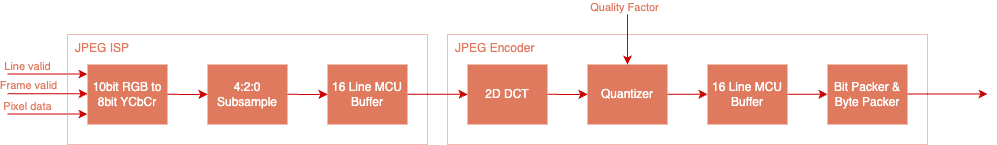
Earlier version of the draw.io export docs/diagrams/camera-jpeg-encoder-architecture.drawio.png (brilliantlabsAR/frame-codebase). Source tidied: cells renumbered, new cells last; positions are measured from the earlier drawing's top-left corner, leaving out a move shared by most shapes.
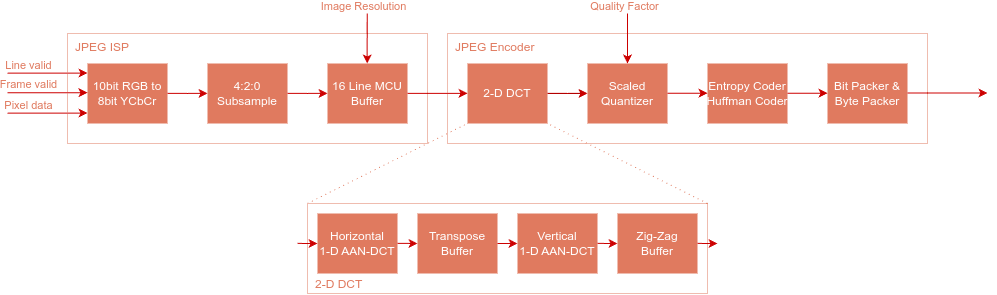
Above is the later version.

Diff of the diagram source:
```diff
@@ -2,34 +2,40 @@
   <root>
     <mxCell id="0" />
     <mxCell id="1" parent="0" />
+    <mxCell id="26" style="group;" parent="1" vertex="1">
+      <mxGeometry width="980" height="280" as="geometry" />
+    </mxCell>
-    <mxCell id="2" value="JPEG Encoder" style="rounded=0;whiteSpace=wrap;html=1;strokeColor=#E07A5F;dashed=1;dashPattern=1 1;verticalAlign=top;align=left;spacingLeft=6;fontColor=#E07A5F;fillColor=none;" parent="1" vertex="1">
+    <mxCell id="2" value="JPEG Encoder" style="rounded=0;whiteSpace=wrap;html=1;strokeColor=#E07A5F;dashed=1;dashPattern=1 1;verticalAlign=top;align=left;spacingLeft=6;fontColor=#E07A5F;fillColor=none;" parent="26" vertex="1">
       <mxGeometry x="440" y="20" width="480" height="110" as="geometry" />
     </mxCell>
-    <mxCell id="3" value="10bit RGB to 8bit YCbCr" style="rounded=0;whiteSpace=wrap;html=1;labelBackgroundColor=none;strokeColor=none;fontColor=#FFFFFF;fillColor=#E07A5F;" parent="1" vertex="1">
+    <mxCell id="3" value="10bit RGB to 8bit YCbCr" style="rounded=0;whiteSpace=wrap;html=1;labelBackgroundColor=none;strokeColor=none;fontColor=#FFFFFF;fillColor=#E07A5F;" parent="26" vertex="1">
       <mxGeometry x="80" y="50" width="80" height="60" as="geometry" />
     </mxCell>
-    <mxCell id="4" value="JPEG ISP" style="rounded=0;whiteSpace=wrap;html=1;strokeColor=#E07A5F;dashed=1;dashPattern=1 1;verticalAlign=top;align=left;spacingLeft=6;fontColor=#E07A5F;fillColor=none;" parent="1" vertex="1">
+    <mxCell id="4" value="JPEG ISP" style="rounded=0;whiteSpace=wrap;html=1;strokeColor=#E07A5F;dashed=1;dashPattern=1 1;verticalAlign=top;align=left;spacingLeft=6;fontColor=#E07A5F;fillColor=none;" parent="26" vertex="1">
       <mxGeometry x="60" y="20" width="360" height="110" as="geometry" />
     </mxCell>
-    <mxCell id="5" value="4:2:0 Subsample" style="rounded=0;whiteSpace=wrap;html=1;labelBackgroundColor=none;strokeColor=none;fontColor=#FFFFFF;fillColor=#E07A5F;" parent="1" vertex="1">
+    <mxCell id="5" value="4:2:0 Subsample" style="rounded=0;whiteSpace=wrap;html=1;labelBackgroundColor=none;strokeColor=none;fontColor=#FFFFFF;fillColor=#E07A5F;" parent="26" vertex="1">
       <mxGeometry x="200" y="50" width="80" height="60" as="geometry" />
     </mxCell>
-    <mxCell id="6" value="16 Line MCU Buffer" style="rounded=0;whiteSpace=wrap;html=1;labelBackgroundColor=none;strokeColor=none;fontColor=#FFFFFF;fillColor=#E07A5F;" parent="1" vertex="1">
+    <mxCell id="6" value="16 Line MCU Buffer" style="rounded=0;whiteSpace=wrap;html=1;labelBackgroundColor=none;strokeColor=none;fontColor=#FFFFFF;fillColor=#E07A5F;" parent="26" vertex="1">
       <mxGeometry x="320" y="50" width="80" height="60" as="geometry" />
     </mxCell>
+    <mxCell id="27" style="edgeStyle=orthogonalEdgeStyle;rounded=0;jettySize=auto;html=1;" parent="26" edge="1" source="7" target="8">
+      <mxGeometry relative="1" as="geometry" />
+    </mxCell>
-    <mxCell id="7" value="2D DCT" style="rounded=0;whiteSpace=wrap;html=1;labelBackgroundColor=none;strokeColor=none;fontColor=#FFFFFF;fillColor=#E07A5F;" parent="1" vertex="1">
+    <mxCell id="7" value="2-D DCT" style="rounded=0;whiteSpace=wrap;html=1;labelBackgroundColor=none;strokeColor=none;fontColor=#FFFFFF;fillColor=#E07A5F;" parent="26" vertex="1">
       <mxGeometry x="460" y="50" width="80" height="60" as="geometry" />
     </mxCell>
-    <mxCell id="8" value="Quantizer" style="rounded=0;whiteSpace=wrap;html=1;labelBackgroundColor=none;strokeColor=none;fontColor=#FFFFFF;fillColor=#E07A5F;" parent="1" vertex="1">
+    <mxCell id="8" value="Scaled&lt;div&gt;Quantizer&lt;/div&gt;" style="rounded=0;whiteSpace=wrap;html=1;labelBackgroundColor=none;strokeColor=none;fontColor=#FFFFFF;fillColor=#E07A5F;" parent="26" vertex="1">
       <mxGeometry x="580" y="50" width="80" height="60" as="geometry" />
     </mxCell>
-    <mxCell id="9" value="16 Line MCU Buffer" style="rounded=0;whiteSpace=wrap;html=1;labelBackgroundColor=none;strokeColor=none;fontColor=#FFFFFF;fillColor=#E07A5F;" parent="1" vertex="1">
+    <mxCell id="9" value="Entropy Coder&lt;div style=&quot;margin-right: -5px; margin-left: -5px;&quot;&gt;Huffman Coder&lt;/div&gt;" style="rounded=0;whiteSpace=wrap;html=1;labelBackgroundColor=none;strokeColor=none;fontColor=#FFFFFF;fillColor=#E07A5F;" parent="26" vertex="1">
       <mxGeometry x="700" y="50" width="80" height="60" as="geometry" />
     </mxCell>
-    <mxCell id="10" value="Bit Packer &amp;amp; Byte Packer" style="rounded=0;whiteSpace=wrap;html=1;labelBackgroundColor=none;strokeColor=none;fontColor=#FFFFFF;fillColor=#E07A5F;" parent="1" vertex="1">
+    <mxCell id="10" value="Bit Packer &amp;amp; Byte Packer" style="rounded=0;whiteSpace=wrap;html=1;labelBackgroundColor=none;strokeColor=none;fontColor=#FFFFFF;fillColor=#E07A5F;" parent="26" vertex="1">
       <mxGeometry x="820" y="50" width="80" height="60" as="geometry" />
     </mxCell>
-    <mxCell id="11" style="edgeStyle=orthogonalEdgeStyle;rounded=0;orthogonalLoop=1;jettySize=auto;html=1;startArrow=classic;startFill=1;endArrow=none;endFill=0;labelBackgroundColor=none;fontColor=#E07A5F;strokeColor=#CC0000;" parent="1" edge="1">
+    <mxCell id="11" style="edgeStyle=orthogonalEdgeStyle;rounded=0;orthogonalLoop=1;jettySize=auto;html=1;startArrow=classic;startFill=1;endArrow=none;endFill=0;labelBackgroundColor=none;fontColor=#E07A5F;strokeColor=#CC0000;" parent="26" edge="1">
       <mxGeometry relative="1" as="geometry">
         <mxPoint x="80" y="99.6" as="sourcePoint" />
         <mxPoint y="99.6" as="targetPoint" />
@@ -44,7 +50,7 @@
         <mxPoint x="-7" y="-2" as="offset" />
       </mxGeometry>
     </mxCell>
-    <mxCell id="13" style="edgeStyle=orthogonalEdgeStyle;rounded=0;orthogonalLoop=1;jettySize=auto;html=1;startArrow=classic;startFill=1;endArrow=none;endFill=0;labelBackgroundColor=none;fontColor=#E07A5F;strokeColor=#CC0000;" parent="1" edge="1">
+    <mxCell id="13" style="edgeStyle=orthogonalEdgeStyle;rounded=0;orthogonalLoop=1;jettySize=auto;html=1;startArrow=classic;startFill=1;endArrow=none;endFill=0;labelBackgroundColor=none;fontColor=#E07A5F;strokeColor=#CC0000;" parent="26" edge="1">
       <mxGeometry relative="1" as="geometry">
         <mxPoint x="80" y="79.2" as="sourcePoint" />
         <mxPoint y="79.2" as="targetPoint" />
@@ -59,7 +65,7 @@
         <mxPoint x="-7" y="-2" as="offset" />
       </mxGeometry>
     </mxCell>
-    <mxCell id="15" style="edgeStyle=orthogonalEdgeStyle;rounded=0;orthogonalLoop=1;jettySize=auto;html=1;startArrow=classic;startFill=1;endArrow=none;endFill=0;labelBackgroundColor=none;fontColor=#E07A5F;strokeColor=#CC0000;" parent="1" edge="1">
+    <mxCell id="15" style="edgeStyle=orthogonalEdgeStyle;rounded=0;orthogonalLoop=1;jettySize=auto;html=1;startArrow=classic;startFill=1;endArrow=none;endFill=0;labelBackgroundColor=none;fontColor=#E07A5F;strokeColor=#CC0000;" parent="26" edge="1">
       <mxGeometry relative="1" as="geometry">
         <mxPoint x="80" y="59.6" as="sourcePoint" />
         <mxPoint y="59.6" as="targetPoint" />
@@ -74,7 +80,7 @@
         <mxPoint x="-7" y="-2" as="offset" />
       </mxGeometry>
     </mxCell>
-    <mxCell id="17" style="edgeStyle=orthogonalEdgeStyle;rounded=0;orthogonalLoop=1;jettySize=auto;html=1;startArrow=classic;startFill=1;endArrow=none;endFill=0;labelBackgroundColor=none;fontColor=#E07A5F;strokeColor=#CC0000;" parent="1" edge="1">
+    <mxCell id="17" style="edgeStyle=orthogonalEdgeStyle;rounded=0;orthogonalLoop=1;jettySize=auto;html=1;startArrow=classic;startFill=1;endArrow=none;endFill=0;labelBackgroundColor=none;fontColor=#E07A5F;strokeColor=#CC0000;" parent="26" edge="1">
       <mxGeometry relative="1" as="geometry">
         <mxPoint x="200" y="79.9" as="sourcePoint" />
         <mxPoint x="160" y="79.9" as="targetPoint" />
@@ -84,7 +90,7 @@
         </Array>
       </mxGeometry>
     </mxCell>
-    <mxCell id="18" style="edgeStyle=orthogonalEdgeStyle;rounded=0;orthogonalLoop=1;jettySize=auto;html=1;startArrow=classic;startFill=1;endArrow=none;endFill=0;labelBackgroundColor=none;fontColor=#E07A5F;strokeColor=#CC0000;" parent="1" edge="1">
+    <mxCell id="18" style="edgeStyle=orthogonalEdgeStyle;rounded=0;orthogonalLoop=1;jettySize=auto;html=1;startArrow=classic;startFill=1;endArrow=none;endFill=0;labelBackgroundColor=none;fontColor=#E07A5F;strokeColor=#CC0000;" parent="26" edge="1">
       <mxGeometry relative="1" as="geometry">
         <mxPoint x="320" y="79.9" as="sourcePoint" />
         <mxPoint x="280" y="79.9" as="targetPoint" />
@@ -94,7 +100,7 @@
         </Array>
       </mxGeometry>
     </mxCell>
-    <mxCell id="19" style="edgeStyle=orthogonalEdgeStyle;rounded=0;orthogonalLoop=1;jettySize=auto;html=1;startArrow=classic;startFill=1;endArrow=none;endFill=0;labelBackgroundColor=none;fontColor=#E07A5F;strokeColor=#CC0000;" parent="1" edge="1">
+    <mxCell id="19" style="edgeStyle=orthogonalEdgeStyle;rounded=0;orthogonalLoop=1;jettySize=auto;html=1;startArrow=classic;startFill=1;endArrow=none;endFill=0;labelBackgroundColor=none;fontColor=#E07A5F;strokeColor=#CC0000;" parent="26" edge="1">
       <mxGeometry relative="1" as="geometry">
         <mxPoint x="460" y="79.8" as="sourcePoint" />
         <mxPoint x="400" y="79.8" as="targetPoint" />
@@ -104,7 +110,7 @@
         </Array>
       </mxGeometry>
     </mxCell>
-    <mxCell id="20" style="edgeStyle=orthogonalEdgeStyle;rounded=0;orthogonalLoop=1;jettySize=auto;html=1;startArrow=classic;startFill=1;endArrow=none;endFill=0;labelBackgroundColor=none;fontColor=#E07A5F;strokeColor=#CC0000;" parent="1" edge="1">
+    <mxCell id="20" style="edgeStyle=orthogonalEdgeStyle;rounded=0;orthogonalLoop=1;jettySize=auto;html=1;startArrow=classic;startFill=1;endArrow=none;endFill=0;labelBackgroundColor=none;fontColor=#E07A5F;strokeColor=#CC0000;" parent="26" edge="1">
       <mxGeometry relative="1" as="geometry">
         <mxPoint x="580" y="79.9" as="sourcePoint" />
         <mxPoint x="540" y="79.9" as="targetPoint" />
@@ -114,7 +120,7 @@
         </Array>
       </mxGeometry>
     </mxCell>
-    <mxCell id="21" style="edgeStyle=orthogonalEdgeStyle;rounded=0;orthogonalLoop=1;jettySize=auto;html=1;startArrow=classic;startFill=1;endArrow=none;endFill=0;labelBackgroundColor=none;fontColor=#E07A5F;strokeColor=#CC0000;" parent="1" edge="1">
+    <mxCell id="21" style="edgeStyle=orthogonalEdgeStyle;rounded=0;orthogonalLoop=1;jettySize=auto;html=1;startArrow=classic;startFill=1;endArrow=none;endFill=0;labelBackgroundColor=none;fontColor=#E07A5F;strokeColor=#CC0000;" parent="26" edge="1">
       <mxGeometry relative="1" as="geometry">
         <mxPoint x="700" y="79.7" as="sourcePoint" />
         <mxPoint x="660" y="79.7" as="targetPoint" />
@@ -124,7 +130,7 @@
         </Array>
       </mxGeometry>
     </mxCell>
-    <mxCell id="22" style="edgeStyle=orthogonalEdgeStyle;rounded=0;orthogonalLoop=1;jettySize=auto;html=1;startArrow=classic;startFill=1;endArrow=none;endFill=0;labelBackgroundColor=none;fontColor=#E07A5F;strokeColor=#CC0000;" parent="1" edge="1">
+    <mxCell id="22" style="edgeStyle=orthogonalEdgeStyle;rounded=0;orthogonalLoop=1;jettySize=auto;html=1;startArrow=classic;startFill=1;endArrow=none;endFill=0;labelBackgroundColor=none;fontColor=#E07A5F;strokeColor=#CC0000;" parent="26" edge="1">
       <mxGeometry relative="1" as="geometry">
         <mxPoint x="820" y="79.7" as="sourcePoint" />
         <mxPoint x="780" y="79.7" as="targetPoint" />
@@ -134,7 +140,7 @@
         </Array>
       </mxGeometry>
     </mxCell>
-    <mxCell id="23" style="edgeStyle=orthogonalEdgeStyle;rounded=0;orthogonalLoop=1;jettySize=auto;html=1;startArrow=classic;startFill=1;endArrow=none;endFill=0;labelBackgroundColor=none;fontColor=#E07A5F;strokeColor=#CC0000;" parent="1" edge="1">
+    <mxCell id="23" style="edgeStyle=orthogonalEdgeStyle;rounded=0;orthogonalLoop=1;jettySize=auto;html=1;startArrow=classic;startFill=1;endArrow=none;endFill=0;labelBackgroundColor=none;fontColor=#E07A5F;strokeColor=#CC0000;" parent="26" edge="1">
       <mxGeometry relative="1" as="geometry">
         <mxPoint x="620" y="50" as="sourcePoint" />
         <mxPoint x="620" y="20" as="targetPoint" />
@@ -149,7 +155,7 @@
         <mxPoint x="-2" y="-3" as="offset" />
       </mxGeometry>
     </mxCell>
-    <mxCell id="25" style="edgeStyle=orthogonalEdgeStyle;rounded=0;orthogonalLoop=1;jettySize=auto;html=1;startArrow=classic;startFill=1;endArrow=none;endFill=0;labelBackgroundColor=none;fontColor=#E07A5F;strokeColor=#CC0000;" parent="1" edge="1">
+    <mxCell id="25" style="edgeStyle=orthogonalEdgeStyle;rounded=0;orthogonalLoop=1;jettySize=auto;html=1;startArrow=classic;startFill=1;endArrow=none;endFill=0;labelBackgroundColor=none;fontColor=#E07A5F;strokeColor=#CC0000;" parent="26" edge="1">
       <mxGeometry relative="1" as="geometry">
         <mxPoint x="980" y="79.5" as="sourcePoint" />
         <mxPoint x="900" y="79.5" as="targetPoint" />
@@ -159,5 +165,93 @@
         </Array>
       </mxGeometry>
     </mxCell>
+    <mxCell id="28" style="endArrow=none;html=1;rounded=0;exitX=0;exitY=0;exitDx=0;exitDy=0;strokeColor=#E07A5F;dashed=1;dashPattern=1 4;" parent="26" edge="1" source="30">
+      <mxGeometry relative="1" as="geometry">
+        <mxPoint x="460" y="110" as="targetPoint" />
+      </mxGeometry>
+    </mxCell>
+    <mxCell id="29" style="endArrow=none;html=1;rounded=0;exitX=1;exitY=0;exitDx=0;exitDy=0;strokeColor=#E07A5F;entryX=1;entryY=1;entryDx=0;entryDy=0;dashed=1;dashPattern=1 4;" parent="26" edge="1" source="30" target="7">
+      <mxGeometry relative="1" as="geometry" />
+    </mxCell>
+    <mxCell id="30" value="2-D DCT" style="rounded=0;whiteSpace=wrap;html=1;strokeColor=#E07A5F;dashed=1;dashPattern=1 1;verticalAlign=bottom;align=left;spacingLeft=6;fontColor=#E07A5F;fillColor=none;" parent="26" vertex="1">
+      <mxGeometry x="300" y="190" width="400" height="90" as="geometry" />
+    </mxCell>
+    <mxCell id="31" value="Horizontal&lt;div&gt;1-D AAN-DCT&lt;/div&gt;" style="rounded=0;whiteSpace=wrap;html=1;labelBackgroundColor=none;strokeColor=none;fontColor=#FFFFFF;fillColor=#E07A5F;" parent="26" vertex="1">
+      <mxGeometry x="310" y="200" width="80" height="60" as="geometry" />
+    </mxCell>
+    <mxCell id="32" value="Transpose&lt;div&gt;Buffer&lt;/div&gt;" style="rounded=0;whiteSpace=wrap;html=1;labelBackgroundColor=none;strokeColor=none;fontColor=#FFFFFF;fillColor=#E07A5F;" parent="26" vertex="1">
+      <mxGeometry x="410" y="200" width="80" height="60" as="geometry" />
+    </mxCell>
+    <mxCell id="33" value="Vertical&lt;div&gt;1-D AAN-DCT&lt;/div&gt;" style="rounded=0;whiteSpace=wrap;html=1;labelBackgroundColor=none;strokeColor=none;fontColor=#FFFFFF;fillColor=#E07A5F;" parent="26" vertex="1">
+      <mxGeometry x="510" y="200" width="80" height="60" as="geometry" />
+    </mxCell>
+    <mxCell id="34" value="Zig-Zag&lt;div&gt;Buffer&lt;/div&gt;" style="rounded=0;whiteSpace=wrap;html=1;labelBackgroundColor=none;strokeColor=none;fontColor=#FFFFFF;fillColor=#E07A5F;" parent="26" vertex="1">
+      <mxGeometry x="610" y="200" width="80" height="60" as="geometry" />
+    </mxCell>
+    <mxCell id="35" style="edgeStyle=orthogonalEdgeStyle;rounded=0;orthogonalLoop=1;jettySize=auto;html=1;startArrow=classic;startFill=1;endArrow=none;endFill=0;labelBackgroundColor=none;fontColor=#E07A5F;strokeColor=#CC0000;" parent="26" edge="1">
+      <mxGeometry relative="1" as="geometry">
+        <mxPoint x="610" y="230" as="sourcePoint" />
+        <mxPoint x="590" y="229.9" as="targetPoint" />
+        <Array as="points">
+          <mxPoint x="610" y="229.9" />
+          <mxPoint x="610" y="229.9" />
+        </Array>
+      </mxGeometry>
+    </mxCell>
+    <mxCell id="36" style="edgeStyle=orthogonalEdgeStyle;rounded=0;orthogonalLoop=1;jettySize=auto;html=1;startArrow=classic;startFill=1;endArrow=none;endFill=0;labelBackgroundColor=none;fontColor=#E07A5F;strokeColor=#CC0000;" parent="26" edge="1">
+      <mxGeometry relative="1" as="geometry">
+        <mxPoint x="510" y="230" as="sourcePoint" />
+        <mxPoint x="490" y="230" as="targetPoint" />
+        <Array as="points">
+          <mxPoint x="500" y="229.7" />
+          <mxPoint x="500" y="229.7" />
+        </Array>
+      </mxGeometry>
+    </mxCell>
+    <mxCell id="37" style="edgeStyle=orthogonalEdgeStyle;rounded=0;orthogonalLoop=1;jettySize=auto;html=1;startArrow=classic;startFill=1;endArrow=none;endFill=0;labelBackgroundColor=none;fontColor=#E07A5F;strokeColor=#CC0000;" parent="26" edge="1">
+      <mxGeometry relative="1" as="geometry">
+        <mxPoint x="410" y="230" as="sourcePoint" />
+        <mxPoint x="390" y="229.9" as="targetPoint" />
+        <Array as="points">
+          <mxPoint x="410" y="229.9" />
+          <mxPoint x="410" y="229.9" />
+        </Array>
+      </mxGeometry>
+    </mxCell>
+    <mxCell id="38" style="edgeStyle=orthogonalEdgeStyle;rounded=0;orthogonalLoop=1;jettySize=auto;html=1;startArrow=classic;startFill=1;endArrow=none;endFill=0;labelBackgroundColor=none;fontColor=#E07A5F;strokeColor=#CC0000;" parent="26" edge="1">
+      <mxGeometry relative="1" as="geometry">
+        <mxPoint x="310" y="230" as="sourcePoint" />
+        <mxPoint x="290" y="229.9" as="targetPoint" />
+        <Array as="points">
+          <mxPoint x="310" y="229.9" />
+          <mxPoint x="310" y="229.9" />
+        </Array>
+      </mxGeometry>
+    </mxCell>
+    <mxCell id="39" style="edgeStyle=orthogonalEdgeStyle;rounded=0;orthogonalLoop=1;jettySize=auto;html=1;startArrow=classic;startFill=1;endArrow=none;endFill=0;labelBackgroundColor=none;fontColor=#E07A5F;strokeColor=#CC0000;" parent="26" edge="1">
+      <mxGeometry relative="1" as="geometry">
+        <mxPoint x="710" y="230" as="sourcePoint" />
+        <mxPoint x="690" y="229.9" as="targetPoint" />
+        <Array as="points">
+          <mxPoint x="710" y="229.9" />
+          <mxPoint x="710" y="229.9" />
+        </Array>
+      </mxGeometry>
+    </mxCell>
+    <mxCell id="40" style="edgeStyle=orthogonalEdgeStyle;rounded=0;orthogonalLoop=1;jettySize=auto;html=1;startArrow=classic;startFill=1;endArrow=none;endFill=0;labelBackgroundColor=none;fontColor=#E07A5F;strokeColor=#CC0000;" parent="26" edge="1">
+      <mxGeometry relative="1" as="geometry">
+        <mxPoint x="359.7" y="50" as="sourcePoint" />
+        <mxPoint x="359.7" y="20" as="targetPoint" />
+        <Array as="points">
+          <mxPoint x="359.7" />
+          <mxPoint x="359.7" />
+        </Array>
+      </mxGeometry>
+    </mxCell>
+    <mxCell id="41" value="Image Resolution" style="edgeLabel;html=1;align=center;verticalAlign=bottom;rounded=0;labelBackgroundColor=none;fontColor=#E07A5F;" parent="40" vertex="1">
+      <mxGeometry x="0.32" y="2" relative="1" as="geometry">
+        <mxPoint x="-2" y="-3" as="offset" />
+      </mxGeometry>
+    </mxCell>
   </root>
 </mxGraphModel>
```
